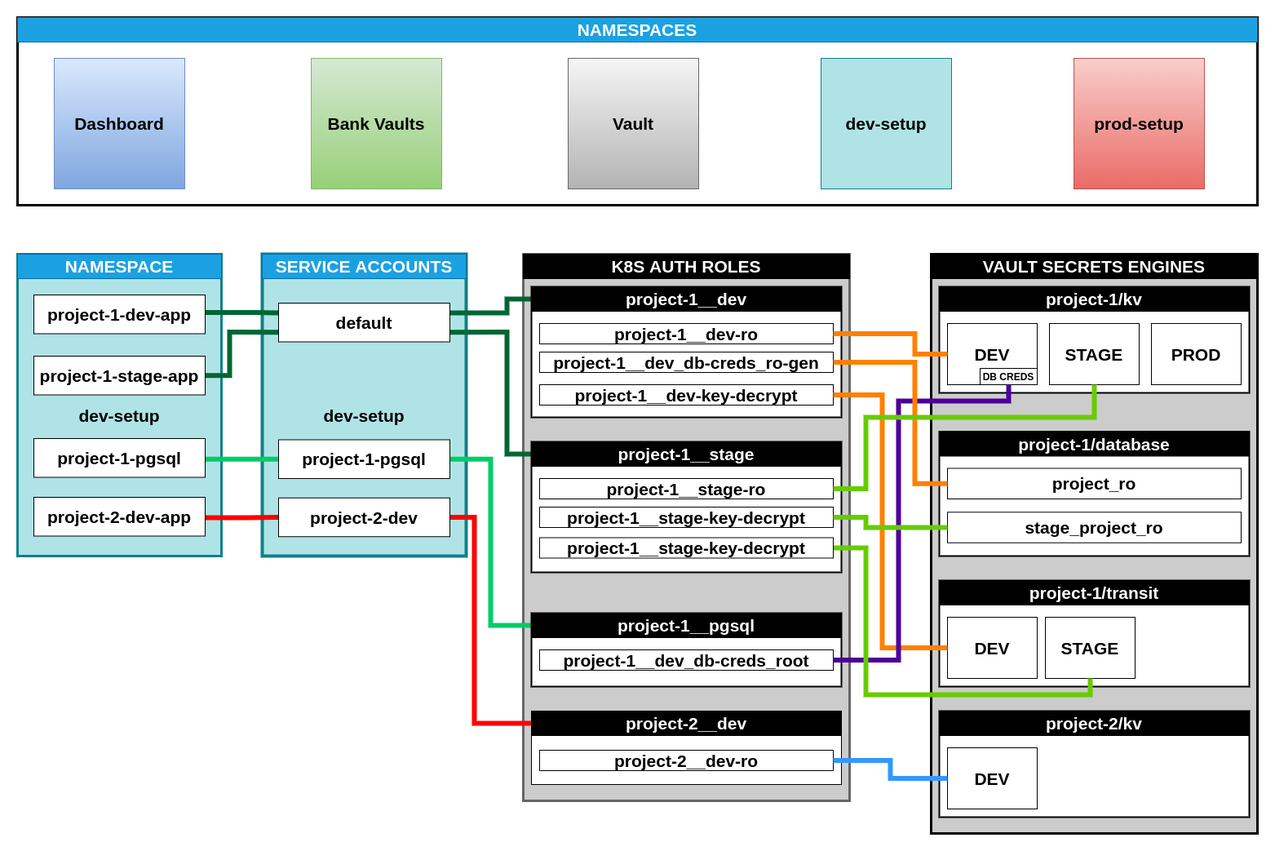
Before: docs/schemes/dev-setup.png, a diagram exported from draw.io (yura-shutkin/k8s-secrets-management). Source tidied: cells renumbered, new cells last; positions are measured from the earlier drawing's top-left corner, leaving out a move shared by most shapes.
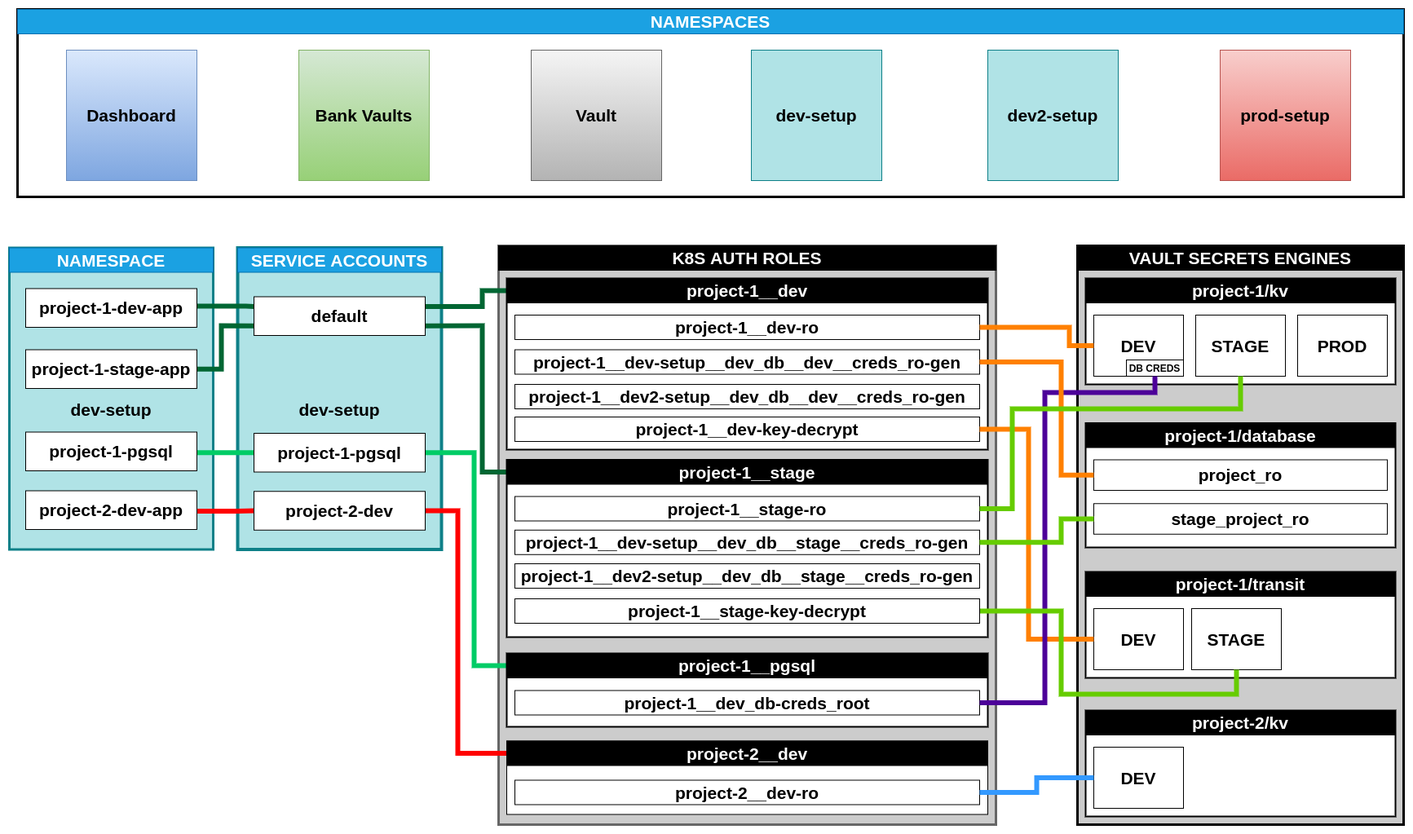
After the commit.

Diff of the diagram source:
```diff
@@ -5,18 +5,18 @@
     <mxCell id="2" value="&lt;b&gt;&lt;br&gt;dev-setup&lt;/b&gt;" style="rounded=0;whiteSpace=wrap;html=1;fontSize=21;strokeWidth=4;fillColor=#b0e3e6;strokeColor=#0e8088;" parent="1" vertex="1">
-      <mxGeometry x="300" y="290" width="250" height="370" as="geometry" />
+      <mxGeometry x="90" y="292.5" width="250" height="370" as="geometry" />
     </mxCell>
     <mxCell id="3" value="&lt;b&gt;&lt;br&gt;dev-setup&lt;/b&gt;" style="rounded=0;whiteSpace=wrap;html=1;fontSize=21;strokeWidth=3;fillColor=#b0e3e6;strokeColor=#0e8088;" parent="1" vertex="1">
-      <mxGeometry y="290" width="250" height="370" as="geometry" />
+      <mxGeometry x="-190" y="292.5" width="250" height="370" as="geometry" />
     </mxCell>
     <mxCell id="4" style="rounded=0;whiteSpace=wrap;html=1;strokeWidth=3;" parent="1" vertex="1">
-      <mxGeometry width="1520" height="230" as="geometry" />
+      <mxGeometry x="-180" width="1700" height="230" as="geometry" />
     </mxCell>
     <mxCell id="5" value="Bank Vaults" style="whiteSpace=wrap;html=1;fontStyle=1;fontSize=21;gradientColor=#97d077;fillColor=#d5e8d4;strokeColor=#82b366;" parent="1" vertex="1">
-      <mxGeometry x="360" y="50" width="160" height="160" as="geometry" />
+      <mxGeometry x="165" y="50" width="160" height="160" as="geometry" />
     </mxCell>
     <mxCell id="6" value="Vault" style="whiteSpace=wrap;html=1;fontStyle=1;fontSize=21;gradientColor=#b3b3b3;fillColor=#f5f5f5;strokeColor=#666666;" parent="1" vertex="1">
-      <mxGeometry x="675" y="50" width="160" height="160" as="geometry" />
+      <mxGeometry x="450" y="50" width="160" height="160" as="geometry" />
     </mxCell>
     <mxCell id="7" value="dev-setup" style="whiteSpace=wrap;html=1;fontStyle=1;fontSize=21;fillColor=#b0e3e6;strokeColor=#0e8088;" parent="1" vertex="1">
-      <mxGeometry x="985" y="50" width="160" height="160" as="geometry" />
+      <mxGeometry x="720" y="50" width="160" height="160" as="geometry" />
     </mxCell>
@@ -26,9 +26,9 @@
     <mxCell id="9" value="Dashboard" style="whiteSpace=wrap;html=1;fontStyle=1;fontSize=21;gradientColor=#7ea6e0;fillColor=#dae8fc;strokeColor=#6c8ebf;" parent="1" vertex="1">
-      <mxGeometry x="45" y="50" width="160" height="160" as="geometry" />
+      <mxGeometry x="-120" y="50" width="160" height="160" as="geometry" />
     </mxCell>
     <mxCell id="10" value="SERVICE ACCOUNTS" style="rounded=0;whiteSpace=wrap;html=1;fontStyle=1;fontSize=21;fillColor=#1ba1e2;fontColor=#ffffff;strokeColor=#006EAF;" parent="1" vertex="1">
-      <mxGeometry x="300" y="290" width="250" height="30" as="geometry" />
+      <mxGeometry x="90" y="292.5" width="250" height="30" as="geometry" />
     </mxCell>
     <mxCell id="11" value="NAMESPACES" style="rounded=0;whiteSpace=wrap;html=1;fontStyle=1;fontSize=21;fontColor=#ffffff;fillColor=#1ba1e2;strokeColor=#006EAF;" parent="1" vertex="1">
-      <mxGeometry width="1520" height="30" as="geometry" />
+      <mxGeometry x="-180" width="1700" height="30" as="geometry" />
     </mxCell>
@@ -56,9 +56,9 @@
     <mxCell id="19" style="rounded=0;whiteSpace=wrap;html=1;strokeWidth=2;" parent="1" vertex="1">
-      <mxGeometry x="1130" y="850" width="380" height="130" as="geometry" />
+      <mxGeometry x="1130" y="860" width="380" height="130" as="geometry" />
     </mxCell>
     <mxCell id="20" value="project-2/kv" style="rounded=0;whiteSpace=wrap;html=1;fillColor=#000000;fontStyle=1;fontSize=21;fontColor=#FFFFFF;" parent="1" vertex="1">
-      <mxGeometry x="1130" y="850" width="380" height="30" as="geometry" />
+      <mxGeometry x="1130" y="860" width="380" height="30" as="geometry" />
     </mxCell>
     <mxCell id="21" value="DEV" style="rounded=0;whiteSpace=wrap;html=1;fontStyle=1;fontSize=21;" parent="1" vertex="1">
-      <mxGeometry x="1140" y="895" width="110" height="75" as="geometry" />
+      <mxGeometry x="1140" y="905" width="110" height="75" as="geometry" />
     </mxCell>
@@ -80,9 +80,9 @@
     <mxCell id="27" value="NAMESPACE" style="rounded=0;whiteSpace=wrap;html=1;fontSize=21;fontColor=#ffffff;fillColor=#1ba1e2;strokeColor=#006EAF;fontStyle=1;" parent="1" vertex="1">
-      <mxGeometry y="290" width="250" height="30" as="geometry" />
+      <mxGeometry x="-190" y="292.5" width="250" height="30" as="geometry" />
     </mxCell>
     <mxCell id="28" style="rounded=0;whiteSpace=wrap;html=1;strokeWidth=3;strokeColor=#666666;fontColor=#333333;fillColor=#CCCCCC;" parent="1" vertex="1">
-      <mxGeometry x="620" y="290" width="400" height="670" as="geometry" />
+      <mxGeometry x="410" y="290" width="610" height="710" as="geometry" />
     </mxCell>
     <mxCell id="29" value="K8S AUTH ROLES" style="rounded=0;whiteSpace=wrap;html=1;fillColor=#000000;fontColor=#FFFFFF;fontStyle=1;fontSize=21;" parent="1" vertex="1">
-      <mxGeometry x="620" y="290" width="400" height="30" as="geometry" />
+      <mxGeometry x="410" y="290" width="610" height="30" as="geometry" />
     </mxCell>
@@ -91,4 +91,4 @@
         <Array as="points">
-          <mxPoint x="600" y="345" />
-          <mxPoint x="600" y="362" />
+          <mxPoint x="390" y="345" />
+          <mxPoint x="390" y="364" />
         </Array>
@@ -97,9 +97,9 @@
     <mxCell id="31" style="rounded=0;whiteSpace=wrap;html=1;strokeWidth=2;" parent="1" vertex="1">
-      <mxGeometry x="630" y="330" width="380" height="160" as="geometry" />
+      <mxGeometry x="420" y="330" width="590" height="210" as="geometry" />
     </mxCell>
     <mxCell id="32" value="project-1__dev" style="rounded=0;whiteSpace=wrap;html=1;fontStyle=1;fontSize=21;fontColor=#FFFFFF;fillColor=#000000;" parent="1" vertex="1">
-      <mxGeometry x="630" y="330" width="380" height="30" as="geometry" />
+      <mxGeometry x="420" y="330" width="590" height="30" as="geometry" />
     </mxCell>
     <mxCell id="33" value="&lt;span class=&quot;pl-s&quot;&gt;&lt;span class=&quot;pl-pds&quot;&gt;&lt;/span&gt;project-1__dev-ro&lt;/span&gt;" style="rounded=0;whiteSpace=wrap;html=1;fontStyle=1;fontSize=21;" parent="1" vertex="1">
-      <mxGeometry x="640" y="375" width="360" height="25" as="geometry" />
+      <mxGeometry x="430" y="375" width="570" height="30" as="geometry" />
     </mxCell>
@@ -108,4 +108,4 @@
         <Array as="points">
-          <mxPoint x="600" y="535" />
-          <mxPoint x="600" y="386" />
+          <mxPoint x="390" y="568" />
+          <mxPoint x="390" y="388" />
         </Array>
@@ -114,6 +114,6 @@
     <mxCell id="35" style="rounded=0;whiteSpace=wrap;html=1;strokeWidth=2;" parent="1" vertex="1">
-      <mxGeometry x="630" y="520" width="380" height="160" as="geometry" />
+      <mxGeometry x="420" y="552.5" width="590" height="217.5" as="geometry" />
     </mxCell>
     <mxCell id="36" value="project-1__stage" style="rounded=0;whiteSpace=wrap;html=1;fontStyle=1;fillColor=#000000;fontColor=#FFFFFF;fontSize=21;" parent="1" vertex="1">
-      <mxGeometry x="630" y="520" width="380" height="30" as="geometry" />
+      <mxGeometry x="420" y="552.5" width="590" height="30" as="geometry" />
     </mxCell>
@@ -122,4 +122,4 @@
         <Array as="points">
-          <mxPoint x="580" y="745" />
-          <mxPoint x="580" y="541" />
+          <mxPoint x="380" y="805" />
+          <mxPoint x="380" y="544" />
         </Array>
@@ -128,6 +128,6 @@
     <mxCell id="38" style="rounded=0;whiteSpace=wrap;html=1;strokeWidth=2;" parent="1" vertex="1">
-      <mxGeometry x="630" y="730" width="380" height="90" as="geometry" />
+      <mxGeometry x="420" y="790" width="590" height="90" as="geometry" />
     </mxCell>
     <mxCell id="39" value="project-1__pgsql" style="rounded=0;whiteSpace=wrap;html=1;fillColor=#000000;fontStyle=1;fontSize=21;fontColor=#FFFFFF;" parent="1" vertex="1">
-      <mxGeometry x="630" y="730" width="380" height="30" as="geometry" />
+      <mxGeometry x="420" y="790" width="590" height="30" as="geometry" />
     </mxCell>
@@ -136,4 +136,4 @@
         <Array as="points">
-          <mxPoint x="560" y="865" />
-          <mxPoint x="560" y="613" />
+          <mxPoint x="360" y="913" />
+          <mxPoint x="360" y="615" />
         </Array>
@@ -142,21 +142,21 @@
     <mxCell id="41" style="rounded=0;whiteSpace=wrap;html=1;" parent="1" vertex="1">
-      <mxGeometry x="630" y="850" width="380" height="90" as="geometry" />
+      <mxGeometry x="420" y="897.5" width="590" height="90" as="geometry" />
     </mxCell>
     <mxCell id="42" value="project-2__dev" style="rounded=0;whiteSpace=wrap;html=1;fillColor=#000000;fontStyle=1;fontSize=21;fontColor=#FFFFFF;" parent="1" vertex="1">
-      <mxGeometry x="630" y="850" width="380" height="30" as="geometry" />
+      <mxGeometry x="420" y="897.5" width="590" height="30" as="geometry" />
     </mxCell>
-    <mxCell id="43" value="project-1__dev_db-creds_ro-gen" style="rounded=0;whiteSpace=wrap;html=1;fontStyle=1;fontSize=21;" parent="1" vertex="1">
-      <mxGeometry x="640" y="410" width="360" height="25" as="geometry" />
+    <mxCell id="43" value="project-1__dev-setup__dev_db__dev__creds_ro-gen" style="rounded=0;whiteSpace=wrap;html=1;fontStyle=1;fontSize=21;" parent="1" vertex="1">
+      <mxGeometry x="430" y="417.5" width="570" height="30" as="geometry" />
     </mxCell>
     <mxCell id="44" value="&lt;span class=&quot;pl-s&quot;&gt;&lt;span class=&quot;pl-pds&quot;&gt;&lt;/span&gt;project-1__stage-ro&lt;/span&gt;" style="rounded=0;whiteSpace=wrap;html=1;fontStyle=1;fontSize=21;" parent="1" vertex="1">
-      <mxGeometry x="640" y="565" width="360" height="25" as="geometry" />
+      <mxGeometry x="430" y="597.5" width="570" height="30" as="geometry" />
     </mxCell>
-    <mxCell id="45" value="&lt;span class=&quot;pl-s&quot;&gt;project-1__stage-key-decrypt&lt;span class=&quot;pl-pds&quot;&gt;&lt;/span&gt;&lt;/span&gt;" style="rounded=0;whiteSpace=wrap;html=1;fontStyle=1;fontSize=21;" parent="1" vertex="1">
-      <mxGeometry x="640" y="600" width="360" height="25" as="geometry" />
+    <mxCell id="45" value="&lt;span class=&quot;pl-s&quot;&gt;project-1__dev-setup__dev_db__stage__creds_ro-gen&lt;span class=&quot;pl-pds&quot;&gt;&lt;/span&gt;&lt;/span&gt;" style="rounded=0;whiteSpace=wrap;html=1;fontStyle=1;fontSize=21;" parent="1" vertex="1">
+      <mxGeometry x="430" y="638.8" width="570" height="30" as="geometry" />
     </mxCell>
     <mxCell id="46" value="&lt;span class=&quot;pl-s&quot;&gt;project-1__dev_db-creds_root&lt;span class=&quot;pl-pds&quot;&gt;&lt;/span&gt;&lt;/span&gt;" style="rounded=0;whiteSpace=wrap;html=1;fontStyle=1;fontSize=21;" parent="1" vertex="1">
-      <mxGeometry x="640" y="775" width="360" height="25" as="geometry" />
+      <mxGeometry x="430" y="835.5" width="570" height="30" as="geometry" />
     </mxCell>
     <mxCell id="47" value="&lt;span class=&quot;pl-s&quot;&gt;&lt;span class=&quot;pl-pds&quot;&gt;&lt;/span&gt;project-2__dev-ro&lt;/span&gt;" style="rounded=0;whiteSpace=wrap;html=1;fontStyle=1;fontSize=21;" parent="1" vertex="1">
-      <mxGeometry x="640" y="898" width="360" height="25" as="geometry" />
+      <mxGeometry x="430" y="945.5" width="570" height="30" as="geometry" />
     </mxCell>
@@ -165,4 +165,4 @@
         <Array as="points">
-          <mxPoint x="290" y="362" />
-          <mxPoint x="290" y="362" />
+          <mxPoint x="100" y="364.5" />
+          <mxPoint x="100" y="364.5" />
         </Array>
@@ -171,3 +171,3 @@
     <mxCell id="49" value="project-1-dev-app" style="rounded=0;whiteSpace=wrap;html=1;fontSize=21;strokeWidth=1;fontStyle=1;" parent="1" vertex="1">
-      <mxGeometry x="20" y="340" width="210" height="47.5" as="geometry" />
+      <mxGeometry x="-170" y="342.5" width="210" height="47.5" as="geometry" />
     </mxCell>
@@ -176,4 +176,4 @@
         <Array as="points">
-          <mxPoint x="260" y="439" />
-          <mxPoint x="260" y="386" />
+          <mxPoint x="70" y="441" />
+          <mxPoint x="70" y="388" />
         </Array>
@@ -182,3 +182,3 @@
     <mxCell id="51" value="project-1-stage-app" style="rounded=0;whiteSpace=wrap;html=1;fontSize=21;strokeWidth=1;fontStyle=1;" parent="1" vertex="1">
-      <mxGeometry x="20" y="415" width="210" height="47.5" as="geometry" />
+      <mxGeometry x="-170" y="417.5" width="210" height="47.5" as="geometry" />
     </mxCell>
@@ -187,3 +187,3 @@
         <Array as="points">
-          <mxPoint x="230" y="541" />
+          <mxPoint x="40" y="543.5" />
         </Array>
@@ -192,3 +192,3 @@
     <mxCell id="53" value="project-1-pgsql" style="rounded=0;whiteSpace=wrap;html=1;fontSize=21;strokeWidth=1;fontStyle=1;" parent="1" vertex="1">
-      <mxGeometry x="20" y="516" width="210" height="47.5" as="geometry" />
+      <mxGeometry x="-170" y="518.5" width="210" height="47.5" as="geometry" />
     </mxCell>
@@ -197,4 +197,4 @@
         <Array as="points">
-          <mxPoint x="230" y="613" />
-          <mxPoint x="280" y="613" />
+          <mxPoint x="40" y="615.5" />
+          <mxPoint x="90" y="615.5" />
         </Array>
@@ -203,15 +203,15 @@
     <mxCell id="55" value="project-2-dev-app" style="rounded=0;whiteSpace=wrap;html=1;fontSize=21;strokeWidth=1;fontStyle=1;" parent="1" vertex="1">
-      <mxGeometry x="20" y="588" width="210" height="47.5" as="geometry" />
+      <mxGeometry x="-170" y="590.5" width="210" height="47.5" as="geometry" />
     </mxCell>
     <mxCell id="56" value="project-1-pgsql" style="rounded=0;whiteSpace=wrap;html=1;fontSize=21;strokeWidth=1;fontStyle=1;" parent="1" vertex="1">
-      <mxGeometry x="320" y="517.5" width="210" height="47.5" as="geometry" />
+      <mxGeometry x="110" y="520" width="210" height="47.5" as="geometry" />
     </mxCell>
     <mxCell id="57" value="default" style="rounded=0;whiteSpace=wrap;html=1;fontSize=21;strokeWidth=1;fontStyle=1;" parent="1" vertex="1">
-      <mxGeometry x="320" y="350" width="210" height="47.5" as="geometry" />
+      <mxGeometry x="110" y="352.5" width="210" height="47.5" as="geometry" />
     </mxCell>
     <mxCell id="58" value="project-2-dev" style="rounded=0;whiteSpace=wrap;html=1;fontSize=21;strokeWidth=1;fontStyle=1;" parent="1" vertex="1">
-      <mxGeometry x="320" y="588.8" width="210" height="47.5" as="geometry" />
+      <mxGeometry x="110" y="591.2" width="210" height="47.5" as="geometry" />
     </mxCell>
     <mxCell id="59" value="&lt;span class=&quot;pl-s&quot;&gt;project-1__dev-key-decrypt&lt;span class=&quot;pl-pds&quot;&gt;&lt;/span&gt;&lt;/span&gt;" style="rounded=0;whiteSpace=wrap;html=1;fontStyle=1;fontSize=21;" parent="1" vertex="1">
-      <mxGeometry x="640" y="450" width="360" height="25" as="geometry" />
+      <mxGeometry x="430" y="500" width="570" height="30" as="geometry" />
     </mxCell>
@@ -229,3 +229,3 @@
         <Array as="points">
-          <mxPoint x="1060" y="463" />
+          <mxPoint x="1060" y="515" />
           <mxPoint x="1060" y="773" />
@@ -237,4 +237,4 @@
         <Array as="points">
-          <mxPoint x="1100" y="388" />
-          <mxPoint x="1100" y="413" />
+          <mxPoint x="1110" y="390" />
+          <mxPoint x="1110" y="413" />
         </Array>
@@ -242,9 +242,4 @@
     </mxCell>
-    <mxCell id="65" style="edgeStyle=orthogonalEdgeStyle;rounded=0;jettySize=auto;html=1;exitX=1;exitY=0.5;exitDx=0;exitDy=0;entryX=0;entryY=0.5;entryDx=0;entryDy=0;fontSize=21;fontColor=#FFFFFF;endArrow=none;endFill=0;strokeWidth=6;strokeColor=#3399FF;" parent="1" edge="1" source="47" target="21">
-      <mxGeometry relative="1" as="geometry">
-        <Array as="points">
-          <mxPoint x="1070" y="911" />
-          <mxPoint x="1070" y="933" />
-        </Array>
-      </mxGeometry>
+    <mxCell id="65" style="edgeStyle=orthogonalEdgeStyle;rounded=0;jettySize=auto;html=1;exitX=1;exitY=0.5;exitDx=0;exitDy=0;fontSize=21;fontColor=#FFFFFF;endArrow=none;endFill=0;strokeWidth=6;strokeColor=#3399FF;entryX=0;entryY=0.5;entryDx=0;entryDy=0;" parent="1" edge="1" source="47" target="21">
+      <mxGeometry relative="1" as="geometry" />
     </mxCell>
@@ -253,3 +248,3 @@
         <Array as="points">
-          <mxPoint x="1080" y="788" />
+          <mxPoint x="1080" y="851" />
           <mxPoint x="1080" y="470" />
@@ -262,3 +257,3 @@
         <Array as="points">
-          <mxPoint x="1100" y="423" />
+          <mxPoint x="1100" y="433" />
           <mxPoint x="1100" y="571" />
@@ -267,8 +262,8 @@
     </mxCell>
-    <mxCell id="68" style="edgeStyle=orthogonalEdgeStyle;rounded=0;jettySize=auto;html=1;exitX=1;exitY=0.5;exitDx=0;exitDy=0;entryX=0.5;entryY=1;entryDx=0;entryDy=0;fontSize=21;fontColor=#FFFFFF;endArrow=none;endFill=0;strokeWidth=6;strokeColor=#66CC00;" parent="1" edge="1" source="70" target="25">
+    <mxCell id="68" style="edgeStyle=orthogonalEdgeStyle;rounded=0;jettySize=auto;html=1;exitX=1;exitY=0.5;exitDx=0;exitDy=0;entryX=0.5;entryY=1;entryDx=0;entryDy=0;fontSize=21;fontColor=#FFFFFF;endArrow=none;endFill=0;strokeWidth=6;strokeColor=#66CC00;" parent="1" edge="1" source="75" target="25">
       <mxGeometry relative="1" as="geometry">
         <Array as="points">
-          <mxPoint x="1040" y="650" />
-          <mxPoint x="1040" y="830" />
-          <mxPoint x="1315" y="830" />
+          <mxPoint x="1100" y="738" />
+          <mxPoint x="1100" y="840" />
+          <mxPoint x="1315" y="840" />
         </Array>
@@ -276,6 +271,6 @@
     </mxCell>
-    <mxCell id="69" style="edgeStyle=orthogonalEdgeStyle;rounded=0;jettySize=auto;html=1;exitX=1;exitY=0.5;exitDx=0;exitDy=0;entryX=0.5;entryY=1;entryDx=0;entryDy=0;fontSize=21;fontColor=#FFFFFF;endArrow=none;endFill=0;strokeWidth=6;strokeColor=#66CC00;" parent="1" edge="1" source="44" target="17">
+    <mxCell id="69" style="edgeStyle=orthogonalEdgeStyle;rounded=0;jettySize=auto;html=1;entryX=0.5;entryY=1;entryDx=0;entryDy=0;fontSize=21;fontColor=#FFFFFF;endArrow=none;endFill=0;strokeWidth=6;strokeColor=#66CC00;exitX=1;exitY=0.5;exitDx=0;exitDy=0;" parent="1" edge="1" source="44" target="17">
       <mxGeometry relative="1" as="geometry">
         <Array as="points">
-          <mxPoint x="1040" y="578" />
+          <mxPoint x="1040" y="613" />
           <mxPoint x="1040" y="490" />
@@ -285,4 +280,4 @@
     </mxCell>
-    <mxCell id="70" value="&lt;span class=&quot;pl-s&quot;&gt;project-1__stage-key-decrypt&lt;span class=&quot;pl-pds&quot;&gt;&lt;/span&gt;&lt;/span&gt;" style="rounded=0;whiteSpace=wrap;html=1;fontStyle=1;fontSize=21;" parent="1" vertex="1">
-      <mxGeometry x="640" y="637.5" width="360" height="25" as="geometry" />
+    <mxCell id="70" value="&lt;span&gt;project-1__dev2-setup__dev_db__stage__creds_ro-gen&lt;/span&gt;" style="rounded=0;whiteSpace=wrap;html=1;fontStyle=1;fontSize=21;" parent="1" vertex="1">
+      <mxGeometry x="430" y="680" width="570" height="30" as="geometry" />
     </mxCell>
@@ -294,4 +289,4 @@
         <Array as="points">
-          <mxPoint x="1040" y="613" />
-          <mxPoint x="1040" y="625" />
+          <mxPoint x="1100" y="654" />
+          <mxPoint x="1100" y="625" />
         </Array>
@@ -299,2 +294,11 @@
     </mxCell>
+    <mxCell id="73" value="project-1__dev2-setup__dev_db__dev__creds_ro-gen" style="rounded=0;whiteSpace=wrap;html=1;fontStyle=1;fontSize=21;" parent="1" vertex="1">
+      <mxGeometry x="430" y="460" width="570" height="30" as="geometry" />
+    </mxCell>
+    <mxCell id="74" value="dev2-setup" style="whiteSpace=wrap;html=1;fontStyle=1;fontSize=21;fillColor=#b0e3e6;strokeColor=#0e8088;" parent="1" vertex="1">
+      <mxGeometry x="1010" y="50" width="160" height="160" as="geometry" />
+    </mxCell>
+    <mxCell id="75" value="&lt;span class=&quot;pl-s&quot;&gt;project-1__stage-key-decrypt&lt;span class=&quot;pl-pds&quot;&gt;&lt;/span&gt;&lt;/span&gt;" style="rounded=0;whiteSpace=wrap;html=1;fontStyle=1;fontSize=21;" parent="1" vertex="1">
+      <mxGeometry x="430" y="723" width="570" height="30" as="geometry" />
+    </mxCell>
   </root>
```
